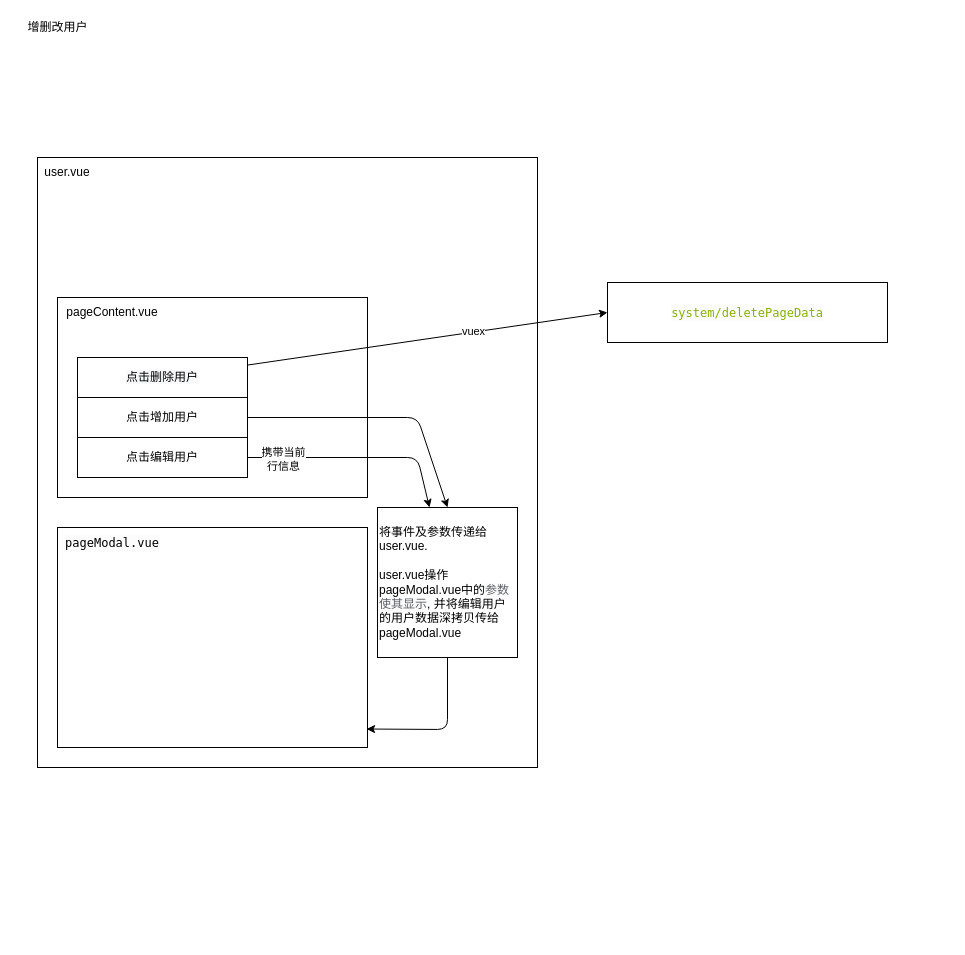
The draw.io diagram src/flowchart/add&delete&editUsers.drawio in tsja2001/Vue3_Project, before the edit. Source tidied: cells renumbered, new cells numbered last; positions are measured from the earlier drawing's top-left corner, leaving out a move shared by most shapes. Both pictures are drawn from the tidied source at 100%, with x=0, y=0 at pixel (17, 17).
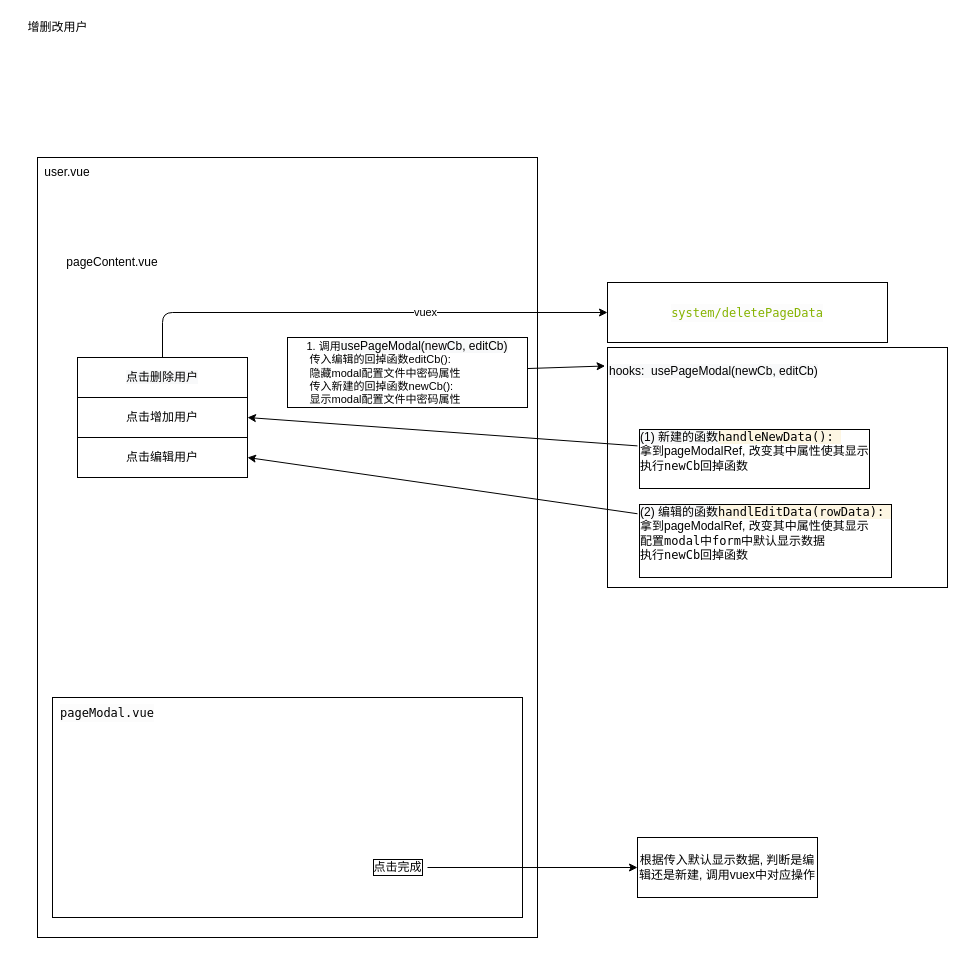
After the change.

Commit message (it also covers changes not shown here):
add:完成新建角色逻辑:2/1;add:完成user点击新建/编辑用户时流程图:2/2

Unchanged cells that the change refers to:
```xml
<mxCell id="9" value="&lt;span style=&quot;color: rgb(0, 0, 0); font-family: helvetica; font-size: 12px; font-style: normal; font-weight: 400; letter-spacing: normal; text-align: center; text-indent: 0px; text-transform: none; word-spacing: 0px; background-color: rgb(248, 249, 250); display: inline; float: none;&quot;&gt;点击删除用户&lt;/span&gt;" style="rounded=0;whiteSpace=wrap;html=1;fontColor=#000000;" parent="1" vertex="1">
  <mxGeometry x="60" y="340" width="170" height="40" as="geometry" />
</mxCell>
<mxCell id="10" value="点击增加用户" style="rounded=0;whiteSpace=wrap;html=1;fontColor=#000000;" parent="1" vertex="1">
  <mxGeometry x="60" y="380" width="170" height="40" as="geometry" />
</mxCell>
<mxCell id="11" value="点击编辑用户" style="rounded=0;whiteSpace=wrap;html=1;fontColor=#000000;" parent="1" vertex="1">
  <mxGeometry x="60" y="420" width="170" height="40" as="geometry" />
</mxCell>
<mxCell id="12" value="&lt;div style=&quot;color: rgb(92 , 97 , 102) ; background-color: rgb(252 , 252 , 252) ; font-family: &amp;#34;menlo&amp;#34; , &amp;#34;monaco&amp;#34; , &amp;#34;courier new&amp;#34; , monospace ; line-height: 18px&quot;&gt;&lt;span style=&quot;color: #86b300&quot;&gt;system/deletePageData&lt;/span&gt;&lt;/div&gt;" style="rounded=0;whiteSpace=wrap;html=1;fontColor=#000000;" parent="1" vertex="1">
  <mxGeometry x="590" y="265" width="280" height="60" as="geometry" />
</mxCell>
```

The edit, as a diff of the source:
```diff
@@
     <mxCell id="3" style="rounded=0;whiteSpace=wrap;html=1;" parent="1" vertex="1">
-      <mxGeometry x="20" y="140" width="500" height="610" as="geometry" />
+      <mxGeometry x="20" y="140" width="500" height="780" as="geometry" />
     </mxCell>
@@
+    <mxCell id="20" style="edgeStyle=none;html=1;entryX=-0.007;entryY=0.077;entryDx=0;entryDy=0;entryPerimeter=0;fontColor=#000000;" parent="1" edge="1" source="5" target="19">
+      <mxGeometry relative="1" as="geometry" />
+    </mxCell>
-    <mxCell id="5" style="rounded=0;whiteSpace=wrap;html=1;" parent="1" vertex="1">
-      <mxGeometry x="40" y="280" width="310" height="200" as="geometry" />
+    <mxCell id="5" value="&lt;span style=&quot;color: rgb(0 , 0 , 0) ; font-family: &amp;#34;helvetica&amp;#34; ; font-size: 11px ; font-style: normal ; font-weight: 400 ; letter-spacing: normal ; text-indent: 0px ; text-transform: none ; word-spacing: 0px ; background-color: rgb(255 , 255 , 255) ; display: inline ; float: none&quot;&gt;1. 调用&lt;span style=&quot;font-size: 12px ; text-align: left ; background-color: rgb(248 , 249 , 250)&quot;&gt;usePageModal(newCb, editCb)&lt;/span&gt;&lt;br&gt;&lt;div style=&quot;text-align: left&quot;&gt;&amp;nbsp;传入编辑的回掉函数editCb():&lt;/div&gt;&lt;div style=&quot;text-align: left&quot;&gt;&amp;nbsp;隐藏modal配置文件中密码属性&lt;/div&gt;&lt;div style=&quot;text-align: left&quot;&gt;&lt;div&gt;&amp;nbsp;传入新建的回掉函数newCb():&lt;/div&gt;&lt;div&gt;&amp;nbsp;显示modal配置文件中密码属性&lt;/div&gt;&lt;/div&gt;&lt;/span&gt;" style="rounded=0;whiteSpace=wrap;html=1;" parent="1" vertex="1">
+      <mxGeometry x="270" y="320" width="240" height="70" as="geometry" />
     </mxCell>
     <mxCell id="6" value="pageContent.vue" style="text;html=1;strokeColor=none;fillColor=none;align=center;verticalAlign=middle;whiteSpace=wrap;rounded=0;" parent="1" vertex="1">
-      <mxGeometry x="40" y="280" width="110" height="30" as="geometry" />
+      <mxGeometry x="40" y="230" width="110" height="30" as="geometry" />
     </mxCell>
     <mxCell id="7" style="rounded=0;whiteSpace=wrap;html=1;" parent="1" vertex="1">
-      <mxGeometry x="40" y="510" width="310" height="220" as="geometry" />
+      <mxGeometry x="35" y="680" width="470" height="220" as="geometry" />
     </mxCell>
     <mxCell id="8" value="&lt;div style=&quot;background-color: rgb(252 , 252 , 252) ; font-family: &amp;#34;menlo&amp;#34; , &amp;#34;monaco&amp;#34; , &amp;#34;courier new&amp;#34; , monospace ; line-height: 18px&quot;&gt;pageModal.vue&lt;/div&gt;" style="text;html=1;strokeColor=none;fillColor=none;align=center;verticalAlign=middle;whiteSpace=wrap;rounded=0;" parent="1" vertex="1">
-      <mxGeometry x="40" y="510" width="110" height="30" as="geometry" />
+      <mxGeometry x="35" y="680" width="110" height="30" as="geometry" />
     </mxCell>
@@
-    <mxCell id="13" style="endArrow=classic;html=1;fontColor=#000000;entryX=0;entryY=0.5;entryDx=0;entryDy=0;" parent="1" edge="1" source="9" target="12">
-      <mxGeometry relative="1" as="geometry" />
+    <mxCell id="13" style="endArrow=classic;html=1;fontColor=#000000;entryX=0;entryY=0.5;entryDx=0;entryDy=0;exitX=0.5;exitY=0;exitDx=0;exitDy=0;" parent="1" edge="1" source="9" target="12">
+      <mxGeometry relative="1" as="geometry">
+        <Array as="points">
+          <mxPoint x="145" y="295" />
+        </Array>
+      </mxGeometry>
     </mxCell>
@@
-    <mxCell id="15" style="endArrow=classic;html=1;fontColor=#000000;" parent="1" edge="1" source="11" target="19">
-      <mxGeometry relative="1" as="geometry">
-        <Array as="points">
-          <mxPoint x="400" y="440" />
-        </Array>
-      </mxGeometry>
-    </mxCell>
-    <mxCell id="16" value="携带当前&lt;br&gt;行信息" style="edgeLabel;html=1;align=center;verticalAlign=middle;fontColor=#000000;" parent="15" vertex="1">
-      <mxGeometry x="-0.68" y="-1" relative="1" as="geometry" />
-    </mxCell>
-    <mxCell id="17" style="endArrow=classic;html=1;fontColor=#000000;entryX=0.5;entryY=0;entryDx=0;entryDy=0;" parent="1" edge="1" source="10" target="19">
-      <mxGeometry relative="1" as="geometry">
-        <Array as="points">
-          <mxPoint x="400" y="400" />
-        </Array>
-      </mxGeometry>
-    </mxCell>
-    <mxCell id="18" style="edgeStyle=none;html=1;entryX=0.997;entryY=0.916;entryDx=0;entryDy=0;fontColor=#000000;entryPerimeter=0;" parent="1" edge="1" source="19" target="7">
-      <mxGeometry relative="1" as="geometry">
-        <Array as="points">
-          <mxPoint x="430" y="712" />
-        </Array>
-      </mxGeometry>
-    </mxCell>
-    <mxCell id="19" value="将事件及参数传递给&lt;br&gt;&lt;div&gt;&lt;span&gt;user.vue.&amp;nbsp;&lt;/span&gt;&lt;/div&gt;&lt;div&gt;&lt;span&gt;&lt;br&gt;&lt;/span&gt;&lt;/div&gt;&lt;div&gt;user.vue操作pageModal.vue中的&lt;font color=&quot;#5c6166&quot; face=&quot;Menlo, Monaco, Courier New, monospace&quot;&gt;&lt;span style=&quot;background-color: rgb(252 , 252 , 252)&quot;&gt;参数使其显示&lt;/span&gt;&lt;/font&gt;&lt;span&gt;, 并将编辑用户的用户数据深拷贝传给pageModal.vue&lt;/span&gt;&lt;/div&gt;" style="rounded=0;whiteSpace=wrap;html=1;fontFamily=Helvetica;fontSize=12;fontColor=#000000;align=left;gradientColor=none;" parent="1" vertex="1">
-      <mxGeometry x="360" y="490" width="140" height="150" as="geometry" />
+    <mxCell id="19" value="&lt;br&gt;&lt;br&gt;&lt;div&gt;&lt;span&gt;&lt;br&gt;&lt;/span&gt;&lt;/div&gt;&lt;div&gt;&lt;br&gt;&lt;/div&gt;" style="rounded=0;whiteSpace=wrap;html=1;fontFamily=Helvetica;fontSize=12;fontColor=#000000;align=left;gradientColor=none;" parent="1" vertex="1">
+      <mxGeometry x="590" y="330" width="340" height="240" as="geometry" />
     </mxCell>
+    <mxCell id="21" value="&lt;span style=&quot;color: rgb(0 , 0 , 0) ; font-family: &amp;#34;helvetica&amp;#34; ; font-size: 12px ; font-style: normal ; font-weight: 400 ; letter-spacing: normal ; text-align: left ; text-indent: 0px ; text-transform: none ; word-spacing: 0px ; background-color: rgb(248 , 249 , 250) ; display: inline ; float: none&quot;&gt;hooks:&amp;nbsp; usePageModal(newCb, editCb)&lt;/span&gt;" style="text;whiteSpace=wrap;html=1;" parent="1" vertex="1">
+      <mxGeometry x="590" y="340" width="230" height="30" as="geometry" />
+    </mxCell>
+    <mxCell id="22" style="edgeStyle=none;html=1;entryX=1;entryY=0.5;entryDx=0;entryDy=0;fontColor=#000000;" parent="1" edge="1" source="23" target="10">
+      <mxGeometry relative="1" as="geometry" />
+    </mxCell>
+    <mxCell id="23" value="&lt;span style=&quot;font-family: &amp;#34;helvetica&amp;#34; ; font-size: 12px ; font-style: normal ; font-weight: 400 ; letter-spacing: normal ; text-align: left ; text-indent: 0px ; text-transform: none ; word-spacing: 0px ; background-color: rgb(248 , 249 , 250) ; display: inline ; float: none&quot;&gt;(1) 新建的函数&lt;/span&gt;&lt;span style=&quot;font-family: &amp;#34;menlo&amp;#34; , &amp;#34;monaco&amp;#34; , &amp;#34;courier new&amp;#34; , monospace&quot;&gt;&lt;span style=&quot;background-color: rgb(253 , 246 , 227)&quot;&gt;handleNewData():&amp;nbsp;&lt;/span&gt;&lt;br&gt;&lt;/span&gt;&lt;span style=&quot;font-family: &amp;#34;helvetica&amp;#34;&quot;&gt;拿到pageModalRef, 改变其中属性使其显示&lt;br&gt;&lt;/span&gt;&lt;span style=&quot;font-family: &amp;#34;menlo&amp;#34; , &amp;#34;monaco&amp;#34; , &amp;#34;courier new&amp;#34; , monospace&quot;&gt;执行newCb回掉函数&lt;br&gt;&lt;br&gt;&lt;/span&gt;" style="text;whiteSpace=wrap;html=1;fontColor=#000000;labelBorderColor=default;" parent="1" vertex="1">
+      <mxGeometry x="620" y="405" width="250" height="65" as="geometry" />
+    </mxCell>
+    <mxCell id="24" style="edgeStyle=none;html=1;entryX=1;entryY=0.5;entryDx=0;entryDy=0;fontColor=#000000;" parent="1" edge="1" source="25" target="11">
+      <mxGeometry relative="1" as="geometry" />
+    </mxCell>
+    <mxCell id="25" value="&lt;span style=&quot;font-family: &amp;#34;helvetica&amp;#34; ; font-size: 12px ; font-style: normal ; font-weight: 400 ; letter-spacing: normal ; text-align: left ; text-indent: 0px ; text-transform: none ; word-spacing: 0px ; background-color: rgb(248 , 249 , 250) ; display: inline ; float: none&quot;&gt;(2) 编辑的函数&lt;/span&gt;&lt;span style=&quot;font-family: &amp;#34;menlo&amp;#34; , &amp;#34;monaco&amp;#34; , &amp;#34;courier new&amp;#34; , monospace&quot;&gt;&lt;span style=&quot;background-color: rgb(253 , 246 , 227)&quot;&gt;handlEditData(rowData):&amp;nbsp;&lt;/span&gt;&lt;br&gt;&lt;/span&gt;&lt;span style=&quot;font-family: &amp;#34;helvetica&amp;#34;&quot;&gt;拿到pageModalRef, 改变其中属性使其显示&lt;br&gt;&lt;/span&gt;&lt;span style=&quot;font-family: &amp;#34;menlo&amp;#34; , &amp;#34;monaco&amp;#34; , &amp;#34;courier new&amp;#34; , monospace&quot;&gt;配置modal中form中默认显示数据&lt;br&gt;执行newCb回掉函数&lt;br&gt;&lt;br&gt;&lt;/span&gt;" style="text;whiteSpace=wrap;html=1;fontColor=#000000;labelBorderColor=default;" parent="1" vertex="1">
+      <mxGeometry x="620" y="480" width="260" height="70" as="geometry" />
+    </mxCell>
+    <mxCell id="26" style="edgeStyle=none;html=1;fontColor=#000000;" parent="1" edge="1" source="27" target="28">
+      <mxGeometry relative="1" as="geometry" />
+    </mxCell>
+    <mxCell id="27" value="点击完成" style="text;html=1;align=center;verticalAlign=middle;points=[];strokeColor=none;fillColor=none;fontColor=#000000;labelBorderColor=default;" parent="1" vertex="1">
+      <mxGeometry x="350" y="840" width="60" height="20" as="geometry" />
+    </mxCell>
+    <mxCell id="28" value="根据传入默认显示数据, 判断是编辑还是新建, 调用vuex中对应操作" style="rounded=0;whiteSpace=wrap;html=1;labelBackgroundColor=#FFFFFF;labelBorderColor=none;fontColor=#000000;strokeColor=default;" parent="1" vertex="1">
+      <mxGeometry x="620" y="820" width="180" height="60" as="geometry" />
+    </mxCell>
```
